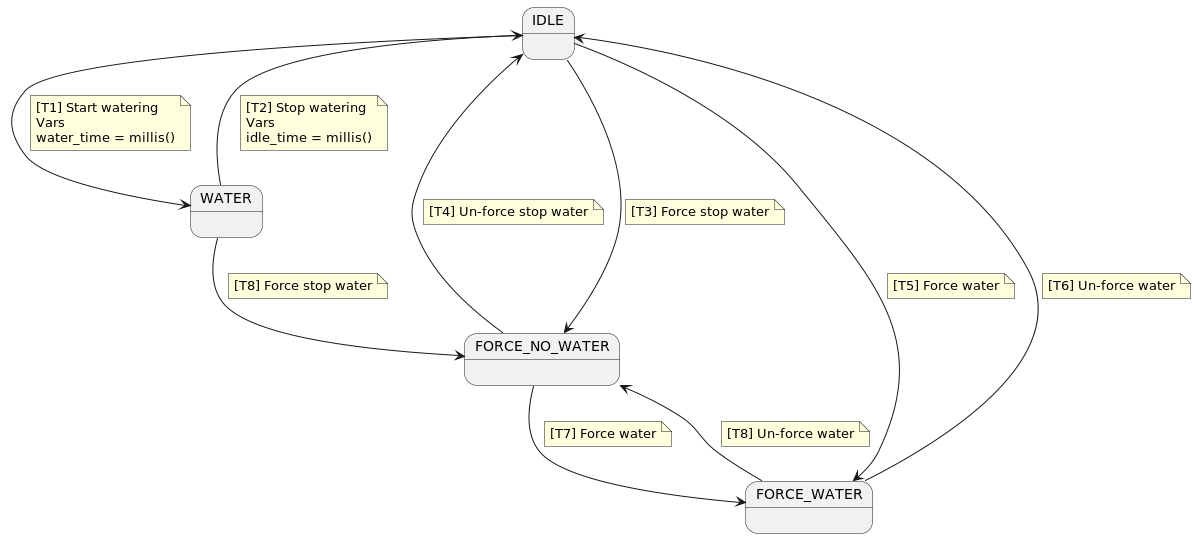
This is sprinkler/docs/finite_state_machine.png from One-Green/iot-edge-agent, a PlantUML export, as it was before one commit.
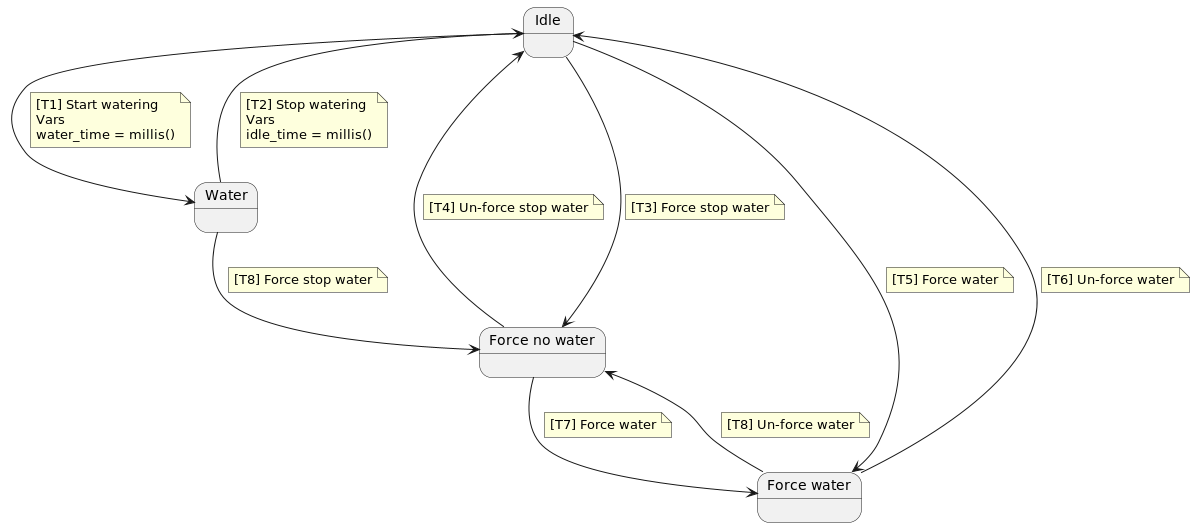
After the commit.

Commit message:
feat(water): add finite state machine diagram

What changed in the source:
```diff
@@ -1,9 +1,9 @@
 @startuml
 
-IDLE:
-WATER:
-FORCE_NO_WATER:
-FORCE_WATER:
+state "Idle" as IDLE
+state "Water" as  WATER
+state "Force no water" as FORCE_NO_WATER
+state "Force water" as FORCE_WATER
 
 IDLE --> WATER
 note on link
```
